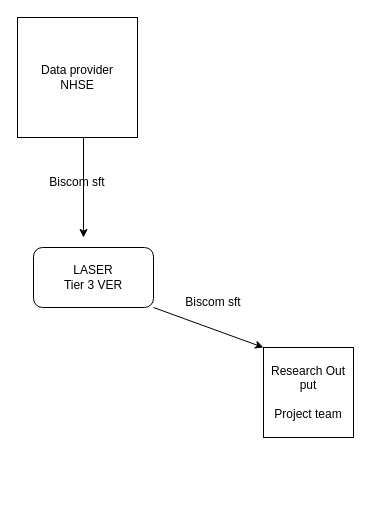
Earlier version of the draw.io diagram Untitled Diagram.drawio (LIDA-Data-Analytics-Team/laserdocs_test). Source tidied: cells renumbered, new cells numbered last; positions are measured from the earlier drawing's top-left corner, leaving out a move shared by most shapes. Both pictures are drawn from the tidied source at 100%, with x=0, y=0 at pixel (17, 17).
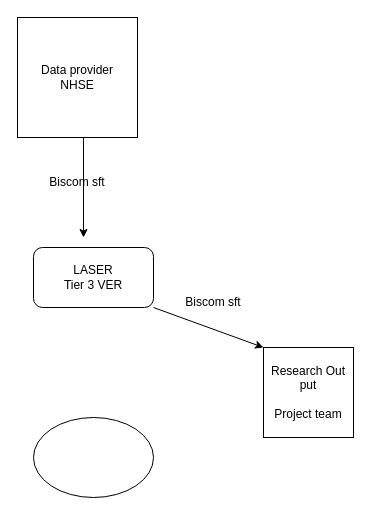
The same diagram, later.

Diff of the diagram source:
```diff
@@
 <mxGraphModel>
   <root>
     <mxCell id="0" />
     <mxCell id="1" parent="0" />
     <mxCell id="2" value="Data provider&lt;br&gt;NHSE" style="whiteSpace=wrap;html=1;" parent="1" vertex="1">
       <mxGeometry width="120" height="120" as="geometry" />
     </mxCell>
     <mxCell id="3" style="endArrow=classic;html=1;rounded=0;exitX=0.633;exitY=1;exitDx=0;exitDy=0;exitPerimeter=0;" parent="1" edge="1" source="2">
       <mxGeometry relative="1" as="geometry">
         <mxPoint x="66" y="220" as="targetPoint" />
         <Array as="points">
           <mxPoint x="66" y="120" />
         </Array>
       </mxGeometry>
     </mxCell>
     <mxCell id="4" value="Biscom sft" style="text;html=1;strokeColor=none;fillColor=none;align=center;verticalAlign=middle;whiteSpace=wrap;rounded=0;rotation=0;" parent="1" vertex="1">
       <mxGeometry x="30" y="150" width="60" height="30" as="geometry" />
     </mxCell>
     <mxCell id="5" value="LASER&lt;br&gt;Tier 3 VER" style="rounded=1;whiteSpace=wrap;html=1;" parent="1" vertex="1">
       <mxGeometry x="16" y="230" width="120" height="60" as="geometry" />
     </mxCell>
     <mxCell id="6" value="Research Out put&lt;br&gt;&lt;br&gt;Project team" style="whiteSpace=wrap;html=1;" parent="1" vertex="1">
       <mxGeometry x="246" y="330" width="90" height="90" as="geometry" />
     </mxCell>
     <mxCell id="7" style="endArrow=classic;html=1;rounded=0;exitX=1;exitY=1;exitDx=0;exitDy=0;entryX=0;entryY=0;entryDx=0;entryDy=0;" parent="1" edge="1" source="5" target="6">
       <mxGeometry relative="1" as="geometry" />
     </mxCell>
     <mxCell id="8" value="Biscom sft" style="text;html=1;strokeColor=none;fillColor=none;align=center;verticalAlign=middle;whiteSpace=wrap;rounded=0;rotation=0;" parent="1" vertex="1">
       <mxGeometry x="166" y="270" width="60" height="30" as="geometry" />
     </mxCell>
+    <mxCell id="9" style="ellipse;whiteSpace=wrap;html=1;" parent="1" vertex="1">
+      <mxGeometry x="16" y="400" width="120" height="80" as="geometry" />
+    </mxCell>
   </root>
 </mxGraphModel>
```
